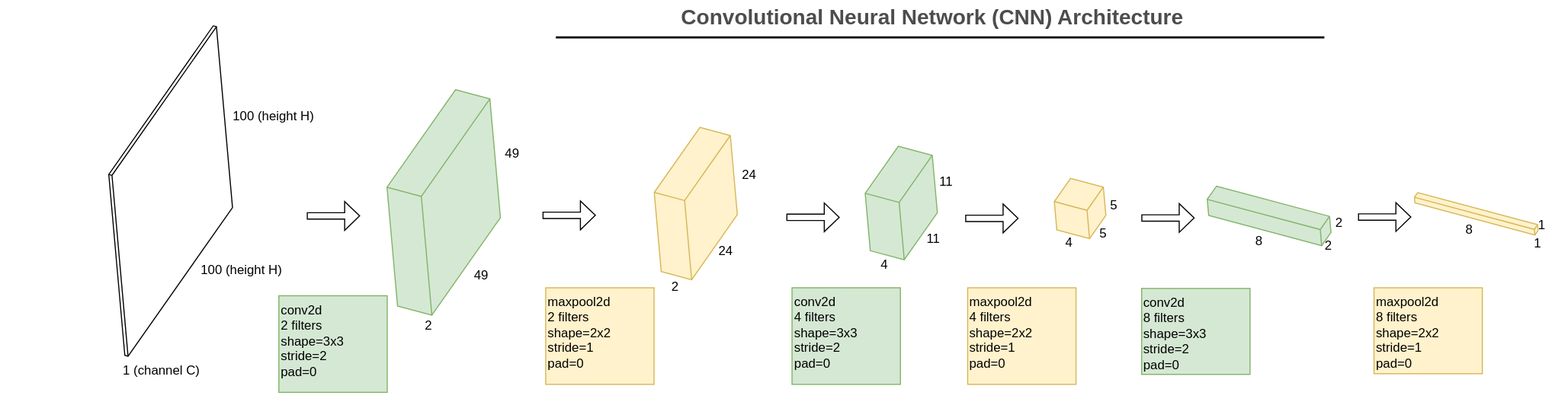
Earlier version of the draw.io export images/cnn_with_maxpooling.drawio.svg (alimoorreza/CS181-fall26-notes). Source tidied: cells renumbered, new cells last; positions are measured from the earlier drawing's top-left corner, leaving out a move shared by most shapes.
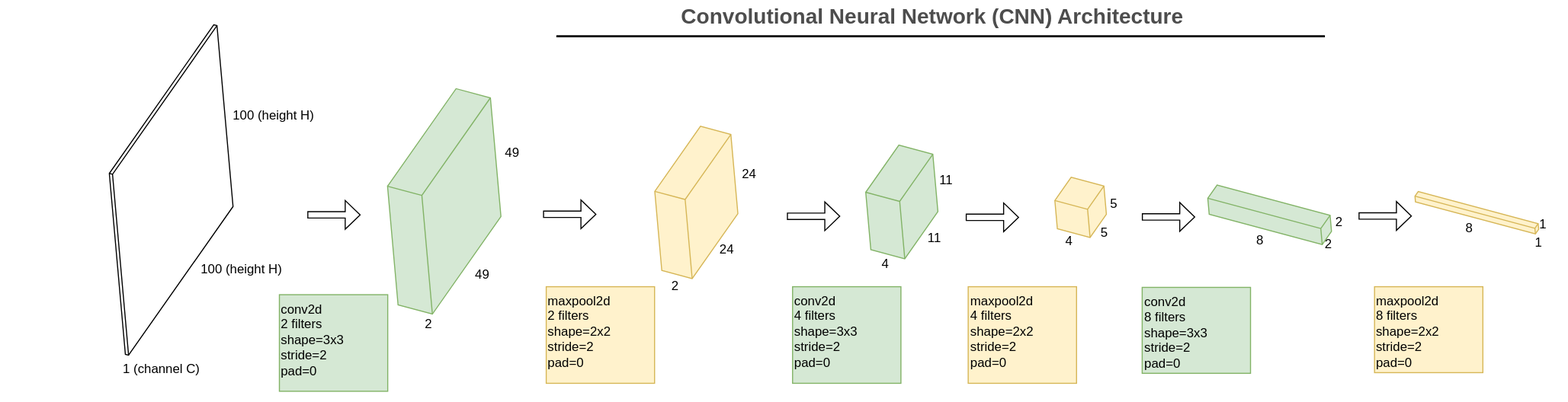
Later version of the same file.

The edit, as a diff of the source:
```diff
@@ -23,7 +23,7 @@
         <mxPoint x="1322" y="203" as="targetPoint" />
       </mxGeometry>
     </mxCell>
-    <mxCell id="8" value="maxpool2d&lt;br&gt;8 filters &lt;br&gt;shape=2x2&lt;br&gt;stride=1&lt;br&gt;pad=0" style="text;whiteSpace=wrap;html=1;fillColor=#fff2cc;strokeColor=#d6b656;" parent="1" vertex="1">
+    <mxCell id="8" value="maxpool2d&lt;br&gt;8 filters &lt;br&gt;shape=2x2&lt;br&gt;stride=2&lt;br&gt;pad=0" style="text;whiteSpace=wrap;html=1;fillColor=#fff2cc;strokeColor=#d6b656;" parent="1" vertex="1">
       <mxGeometry x="1287" y="269.4" width="101.5" height="80.6" as="geometry" />
     </mxCell>
     <mxCell id="9" style="html=1;whiteSpace=wrap;shape=isoCube2;backgroundOutline=1;isoAngle=11.5;direction=east;rotation=105;fillColor=#fff2cc;strokeColor=#d6b656;" parent="1" vertex="1">
@@ -47,7 +47,7 @@
         <mxPoint x="53" y="34.6" as="targetPoint" />
       </mxGeometry>
     </mxCell>
-    <mxCell id="15" value="maxpool2d&lt;br&gt;4 filters &lt;br&gt;shape=2x2&lt;br&gt;stride=1&lt;br&gt;pad=0" style="text;whiteSpace=wrap;html=1;fillColor=#fff2cc;strokeColor=#d6b656;" parent="13" vertex="1">
+    <mxCell id="15" value="maxpool2d&lt;br&gt;4 filters &lt;br&gt;shape=2x2&lt;br&gt;stride=2&lt;br&gt;pad=0" style="text;whiteSpace=wrap;html=1;fillColor=#fff2cc;strokeColor=#d6b656;" parent="13" vertex="1">
       <mxGeometry x="5.3" y="99.6" width="101.5" height="90.6" as="geometry" />
     </mxCell>
     <mxCell id="16" style="group;" parent="13" vertex="1">
@@ -110,7 +110,7 @@
         <mxPoint x="558" y="201.5" as="targetPoint" />
       </mxGeometry>
     </mxCell>
-    <mxCell id="33" value="maxpool2d&lt;br&gt;2 filters &lt;br&gt;shape=2x2&lt;br&gt;stride=1&lt;br&gt;pad=0" style="text;whiteSpace=wrap;html=1;fillColor=#fff2cc;strokeColor=#d6b656;" parent="1" vertex="1">
+    <mxCell id="33" value="maxpool2d&lt;br&gt;2 filters &lt;br&gt;shape=2x2&lt;br&gt;stride=2&lt;br&gt;pad=0" style="text;whiteSpace=wrap;html=1;fillColor=#fff2cc;strokeColor=#d6b656;" parent="1" vertex="1">
       <mxGeometry x="511" y="269.4" width="101.5" height="90.6" as="geometry" />
     </mxCell>
     <mxCell id="34" style="group;" parent="1" vertex="1">
```
